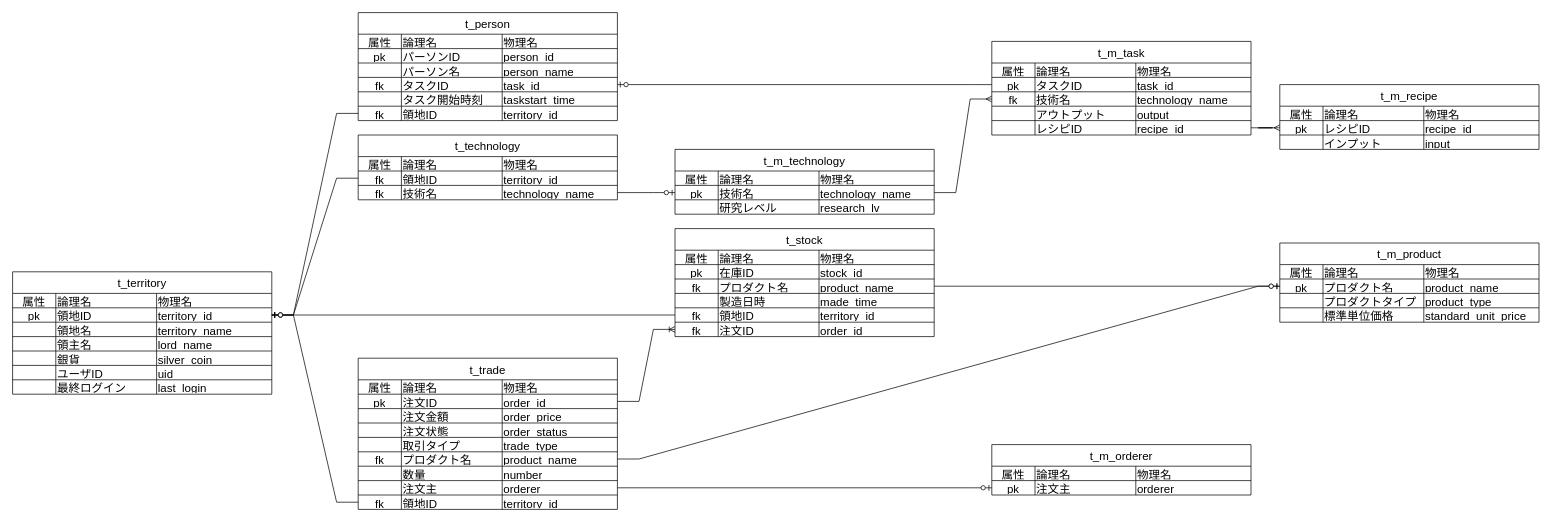
Above: page "ER" (1 of 4) of table.drawio in T-Miyaoka/geeklog (draw.io), before the change. Source tidied: cells renumbered, new cells numbered last; positions are measured from the earlier drawing's top-left corner, leaving out a move shared by most shapes. Both pictures are drawn from the tidied source at 72%, with x=0, y=0 at pixel (12, 12).
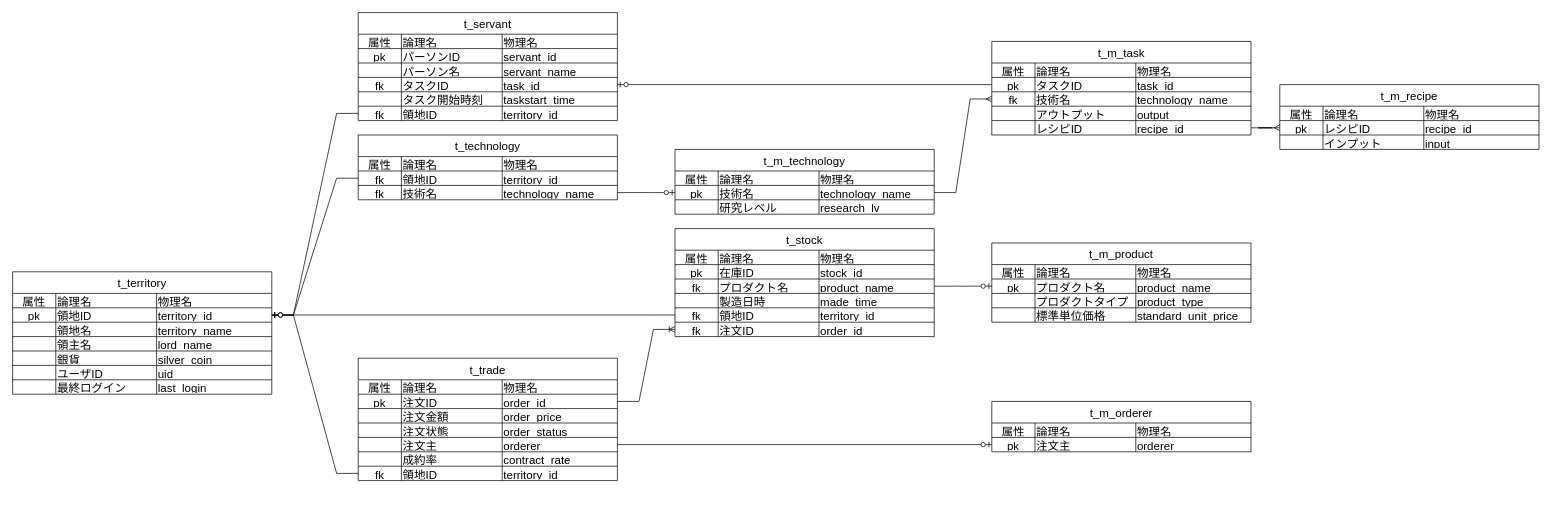
After the change.

The change refers to these unchanged cells:
```xml
<mxCell id="90" style="shape=tableRow;horizontal=0;startSize=0;swimlaneHead=0;swimlaneBody=0;strokeColor=inherit;top=0;left=0;bottom=0;right=0;fillColor=none;fontSize=16;" parent="85" vertex="1">
  <mxGeometry y="50" width="360" height="20" as="geometry" />
</mxCell>
<mxCell id="94" style="shape=tableRow;horizontal=0;startSize=0;swimlaneHead=0;swimlaneBody=0;strokeColor=inherit;top=0;left=0;bottom=0;right=0;fillColor=none;fontSize=16;" parent="85" vertex="1">
  <mxGeometry y="70" width="360" height="20" as="geometry" />
</mxCell>
<mxCell id="153" style="shape=tableRow;horizontal=0;startSize=0;swimlaneHead=0;swimlaneBody=0;strokeColor=inherit;top=0;left=0;bottom=0;right=0;fillColor=none;points=[[0,0.5],[1,0.5]];portConstraint=eastwest;fontSize=16;" parent="148" vertex="1">
  <mxGeometry y="50" width="360" height="20" as="geometry" />
</mxCell>
```

Diff of the diagram source:
```diff
@@
-    <mxCell id="85" value="t_person" style="shape=table;startSize=30;childLayout=tableLayout;strokeColor=default;fontSize=16;align=center;" parent="1" vertex="1">
+    <mxCell id="85" value="t_servant" style="shape=table;startSize=30;childLayout=tableLayout;strokeColor=default;fontSize=16;align=center;" parent="1" vertex="1">
       <mxGeometry x="480" width="360" height="150" as="geometry" />
     </mxCell>
@@
-    <mxCell id="93" value="person_id" style="shape=partialRectangle;html=1;whiteSpace=wrap;strokeColor=inherit;overflow=hidden;fillColor=none;top=0;left=0;bottom=0;right=0;fontSize=16;align=left;" parent="90" vertex="1">
+    <mxCell id="93" value="servant_id" style="shape=partialRectangle;html=1;whiteSpace=wrap;strokeColor=inherit;overflow=hidden;fillColor=none;top=0;left=0;bottom=0;right=0;fontSize=16;align=left;" parent="90" vertex="1">
       <mxGeometry x="200" width="160" height="20" as="geometry" />
     </mxCell>
@@
-    <mxCell id="97" value="person_name" style="shape=partialRectangle;html=1;whiteSpace=wrap;strokeColor=inherit;overflow=hidden;fillColor=none;top=0;left=0;bottom=0;right=0;fontSize=16;align=left;" parent="94" vertex="1">
+    <mxCell id="97" value="servant_name" style="shape=partialRectangle;html=1;whiteSpace=wrap;strokeColor=inherit;overflow=hidden;fillColor=none;top=0;left=0;bottom=0;right=0;fontSize=16;align=left;" parent="94" vertex="1">
       <mxGeometry x="200" width="160" height="20" as="geometry" />
     </mxCell>
@@
     <mxCell id="148" value="t_m_product" style="shape=table;startSize=30;childLayout=tableLayout;strokeColor=default;fontSize=16;align=center;" parent="1" vertex="1">
-      <mxGeometry x="1760" y="320" width="360" height="110" as="geometry" />
+      <mxGeometry x="1360" y="320" width="360" height="110" as="geometry" />
     </mxCell>
@@
     <mxCell id="166" value="t_trade" style="shape=table;startSize=30;childLayout=tableLayout;strokeColor=default;fontSize=16;align=center;" parent="1" vertex="1">
-      <mxGeometry x="480" y="480" width="360" height="210" as="geometry" />
+      <mxGeometry x="480" y="480" width="360" height="170" as="geometry" />
     </mxCell>
@@
-    <mxCell id="183" style="shape=tableRow;horizontal=0;startSize=0;swimlaneHead=0;swimlaneBody=0;strokeColor=inherit;top=0;left=0;bottom=0;right=0;fillColor=none;fontSize=16;" parent="166" vertex="1">
-      <mxGeometry y="110" width="360" height="20" as="geometry" />
-    </mxCell>
-    <mxCell id="184" style="shape=partialRectangle;html=1;whiteSpace=wrap;strokeColor=inherit;overflow=hidden;fillColor=none;top=0;left=0;bottom=0;right=0;fontSize=16;" parent="183" vertex="1">
-      <mxGeometry width="60" height="20" as="geometry" />
-    </mxCell>
-    <mxCell id="185" value="取引タイプ" style="shape=partialRectangle;html=1;whiteSpace=wrap;strokeColor=inherit;overflow=hidden;fillColor=none;top=0;left=0;bottom=0;right=0;fontSize=16;align=left;" parent="183" vertex="1">
-      <mxGeometry x="60" width="140" height="20" as="geometry" />
-    </mxCell>
-    <mxCell id="186" value="trade_type" style="shape=partialRectangle;html=1;whiteSpace=wrap;strokeColor=inherit;overflow=hidden;fillColor=none;top=0;left=0;bottom=0;right=0;fontSize=16;align=left;" parent="183" vertex="1">
-      <mxGeometry x="200" width="160" height="20" as="geometry" />
-    </mxCell>
-    <mxCell id="187" style="shape=tableRow;horizontal=0;startSize=0;swimlaneHead=0;swimlaneBody=0;strokeColor=inherit;top=0;left=0;bottom=0;right=0;fillColor=none;points=[[0,0.5],[1,0.5]];portConstraint=eastwest;fontSize=16;" parent="166" vertex="1">
-      <mxGeometry y="130" width="360" height="20" as="geometry" />
-    </mxCell>
-    <mxCell id="188" value="fk" style="shape=partialRectangle;html=1;whiteSpace=wrap;strokeColor=inherit;overflow=hidden;fillColor=none;top=0;left=0;bottom=0;right=0;fontSize=16;" parent="187" vertex="1">
-      <mxGeometry width="60" height="20" as="geometry" />
-    </mxCell>
-    <mxCell id="189" value="プロダクト名" style="shape=partialRectangle;html=1;whiteSpace=wrap;strokeColor=inherit;overflow=hidden;fillColor=none;top=0;left=0;bottom=0;right=0;fontSize=16;align=left;" parent="187" vertex="1">
-      <mxGeometry x="60" width="140" height="20" as="geometry" />
-    </mxCell>
-    <mxCell id="190" value="&lt;span style=&quot;text-wrap: nowrap; text-align: center;&quot;&gt;product&lt;/span&gt;&lt;span style=&quot;text-align: center;&quot;&gt;_name&lt;/span&gt;" style="shape=partialRectangle;html=1;whiteSpace=wrap;strokeColor=inherit;overflow=hidden;fillColor=none;top=0;left=0;bottom=0;right=0;fontSize=16;align=left;" parent="187" vertex="1">
-      <mxGeometry x="200" width="160" height="20" as="geometry" />
-    </mxCell>
-    <mxCell id="191" style="shape=tableRow;horizontal=0;startSize=0;swimlaneHead=0;swimlaneBody=0;strokeColor=inherit;top=0;left=0;bottom=0;right=0;fillColor=none;fontSize=16;" parent="166" vertex="1">
-      <mxGeometry y="150" width="360" height="20" as="geometry" />
-    </mxCell>
-    <mxCell id="192" style="shape=partialRectangle;html=1;whiteSpace=wrap;strokeColor=inherit;overflow=hidden;fillColor=none;top=0;left=0;bottom=0;right=0;fontSize=16;" parent="191" vertex="1">
-      <mxGeometry width="60" height="20" as="geometry" />
-    </mxCell>
-    <mxCell id="193" value="数量" style="shape=partialRectangle;html=1;whiteSpace=wrap;strokeColor=inherit;overflow=hidden;fillColor=none;top=0;left=0;bottom=0;right=0;fontSize=16;align=left;" parent="191" vertex="1">
-      <mxGeometry x="60" width="140" height="20" as="geometry" />
-    </mxCell>
-    <mxCell id="194" value="number" style="shape=partialRectangle;html=1;whiteSpace=wrap;strokeColor=inherit;overflow=hidden;fillColor=none;top=0;left=0;bottom=0;right=0;fontSize=16;align=left;" parent="191" vertex="1">
-      <mxGeometry x="200" width="160" height="20" as="geometry" />
-    </mxCell>
     <mxCell id="195" style="shape=tableRow;horizontal=0;startSize=0;swimlaneHead=0;swimlaneBody=0;strokeColor=inherit;top=0;left=0;bottom=0;right=0;fillColor=none;points=[[0,0.5],[1,0.5]];portConstraint=eastwest;fontSize=16;" parent="166" vertex="1">
-      <mxGeometry y="170" width="360" height="20" as="geometry" />
+      <mxGeometry y="110" width="360" height="20" as="geometry" />
     </mxCell>
@@
+    <mxCell id="187" style="shape=tableRow;horizontal=0;startSize=0;swimlaneHead=0;swimlaneBody=0;strokeColor=inherit;top=0;left=0;bottom=0;right=0;fillColor=none;points=[[0,0.5],[1,0.5]];portConstraint=eastwest;fontSize=16;" parent="166" vertex="1">
+      <mxGeometry y="130" width="360" height="20" as="geometry" />
+    </mxCell>
+    <mxCell id="216" style="shape=partialRectangle;html=1;whiteSpace=wrap;strokeColor=inherit;overflow=hidden;fillColor=none;top=0;left=0;bottom=0;right=0;fontSize=16;" parent="187" vertex="1">
+      <mxGeometry width="60" height="20" as="geometry" />
+    </mxCell>
+    <mxCell id="217" value="成約率" style="shape=partialRectangle;html=1;whiteSpace=wrap;strokeColor=inherit;overflow=hidden;fillColor=none;top=0;left=0;bottom=0;right=0;fontSize=16;align=left;" parent="187" vertex="1">
+      <mxGeometry x="60" width="140" height="20" as="geometry" />
+    </mxCell>
+    <mxCell id="218" value="contract_rate" style="shape=partialRectangle;html=1;whiteSpace=wrap;strokeColor=inherit;overflow=hidden;fillColor=none;top=0;left=0;bottom=0;right=0;fontSize=16;align=left;" parent="187" vertex="1">
+      <mxGeometry x="200" width="160" height="20" as="geometry" />
+    </mxCell>
     <mxCell id="199" style="shape=tableRow;horizontal=0;startSize=0;swimlaneHead=0;swimlaneBody=0;strokeColor=inherit;top=0;left=0;bottom=0;right=0;fillColor=none;points=[[0,0.5],[1,0.5]];portConstraint=eastwest;fontSize=16;" parent="166" vertex="1">
-      <mxGeometry y="190" width="360" height="20" as="geometry" />
+      <mxGeometry y="150" width="360" height="20" as="geometry" />
     </mxCell>
@@
-    <mxCell id="204" style="edgeStyle=entityRelationEdgeStyle;fontSize=12;html=1;endArrow=ERzeroToOne;endFill=1;rounded=0;entryX=0;entryY=0.5;entryDx=0;entryDy=0;exitX=1;exitY=0.5;exitDx=0;exitDy=0;" parent="1" edge="1" source="187" target="153">
-      <mxGeometry relative="1" as="geometry" />
-    </mxCell>
     <mxCell id="205" value="t_m_orderer" style="shape=table;startSize=30;childLayout=tableLayout;strokeColor=default;fontSize=16;align=center;" parent="1" vertex="1">
-      <mxGeometry x="1360" y="600" width="360" height="70" as="geometry" />
+      <mxGeometry x="1360" y="540" width="360" height="70" as="geometry" />
     </mxCell>
```
